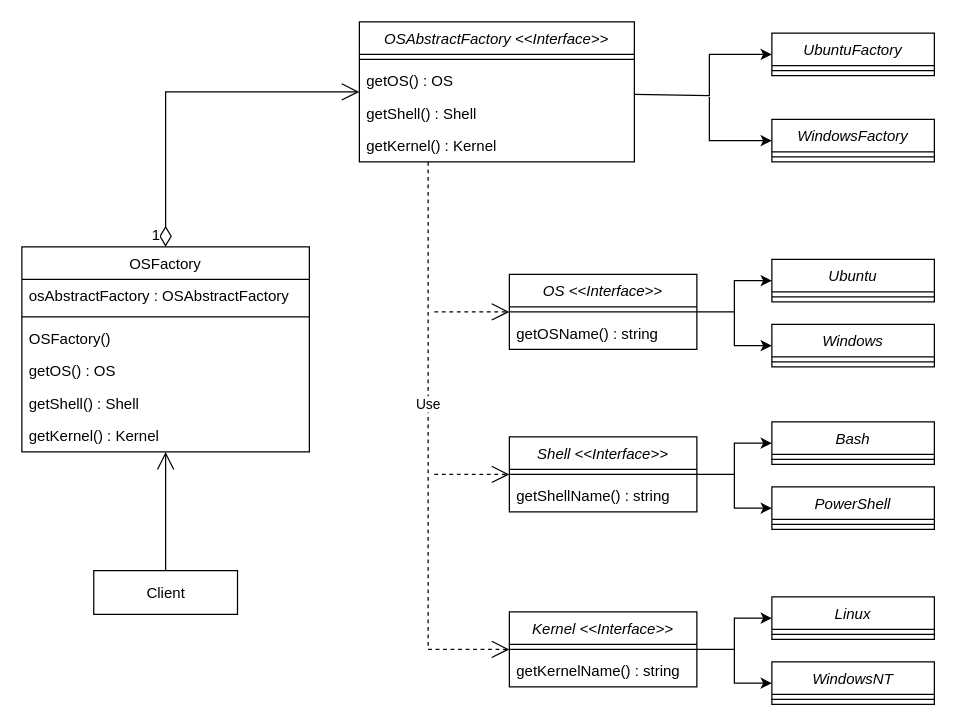
Above: umls/Abstract Factory.drawio in rishabmamgai/LLD (draw.io), before the change. Source tidied: cells renumbered, new cells numbered last; positions are measured from the earlier drawing's top-left corner, leaving out a move shared by most shapes. Both pictures are drawn from the tidied source at 125%, with x=0, y=0 at pixel (21, 21).
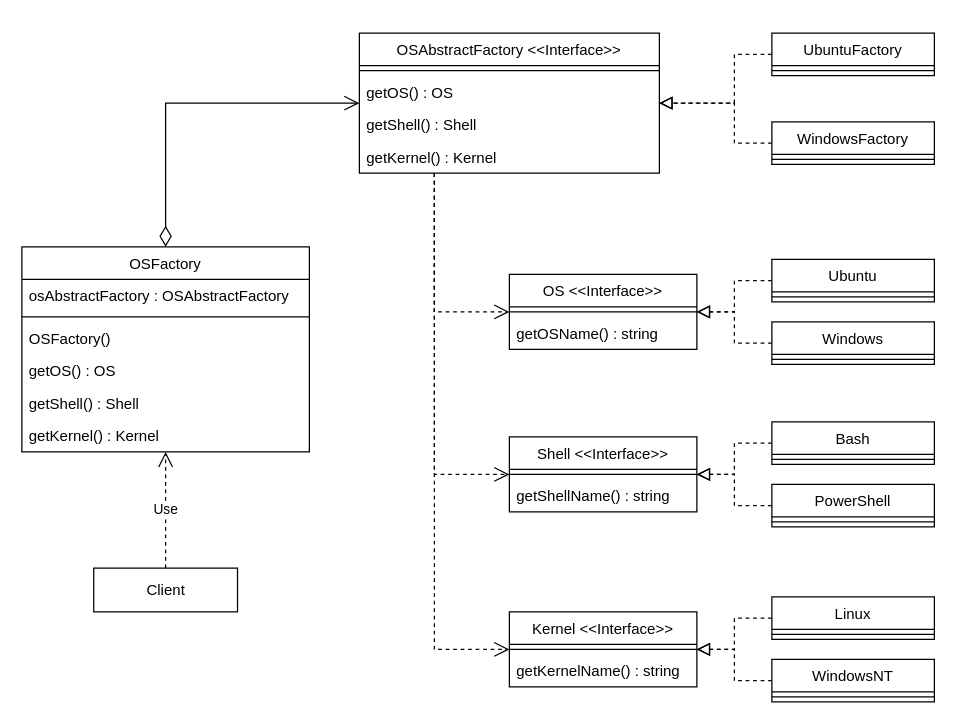
After the change.

Unchanged cells that the change refers to:
```xml
<mxCell id="7" value="OSFactory" style="swimlane;fontStyle=0;align=center;verticalAlign=top;horizontal=1;startSize=26;rounded=0;shadow=0;strokeWidth=1;" parent="1" vertex="1">
  <mxGeometry y="180" width="230" height="164" as="geometry" />
</mxCell>
```

Diff of the diagram source:
```diff
@@
-    <mxCell id="2" value="OSAbstractFactory &lt;&lt;Interface&gt;&gt;" style="swimlane;fontStyle=2;align=center;verticalAlign=top;horizontal=1;startSize=26;rounded=0;shadow=0;strokeWidth=1;" parent="1" vertex="1">
-      <mxGeometry x="270" width="220" height="112" as="geometry" />
+    <mxCell id="2" value="OSAbstractFactory &lt;&lt;Interface&gt;&gt;" style="swimlane;fontStyle=0;align=center;verticalAlign=top;horizontal=1;startSize=26;rounded=0;shadow=0;strokeWidth=1;" parent="1" vertex="1">
+      <mxGeometry x="270" y="9" width="240" height="112" as="geometry" />
     </mxCell>
     <mxCell id="3" style="line;html=1;strokeWidth=1;align=left;verticalAlign=middle;spacingTop=-1;spacingLeft=3;spacingRight=3;labelPosition=right;" parent="2" vertex="1">
-      <mxGeometry y="26" width="220" height="8" as="geometry" />
+      <mxGeometry y="26" width="240" height="8" as="geometry" />
     </mxCell>
     <mxCell id="4" value="getOS() : OS" style="text;align=left;verticalAlign=top;spacingLeft=4;spacingRight=4;overflow=hidden;points=[[0,0.5],[1,0.5]];portConstraint=eastwest;" parent="2" vertex="1">
-      <mxGeometry y="34" width="220" height="26" as="geometry" />
+      <mxGeometry y="34" width="240" height="26" as="geometry" />
     </mxCell>
     <mxCell id="5" value="getShell() : Shell" style="text;align=left;verticalAlign=top;spacingLeft=4;spacingRight=4;overflow=hidden;" parent="2" vertex="1">
-      <mxGeometry y="60" width="220" height="26" as="geometry" />
+      <mxGeometry y="60" width="240" height="26" as="geometry" />
     </mxCell>
     <mxCell id="6" value="getKernel() : Kernel" style="text;align=left;verticalAlign=top;spacingLeft=4;spacingRight=4;overflow=hidden;" parent="2" vertex="1">
-      <mxGeometry y="86" width="220" height="26" as="geometry" />
+      <mxGeometry y="86" width="240" height="26" as="geometry" />
     </mxCell>
@@
-    <mxCell id="14" value="UbuntuFactory" style="swimlane;fontStyle=2;align=center;verticalAlign=top;horizontal=1;startSize=26;rounded=0;shadow=0;strokeWidth=1;" parent="1" vertex="1">
+    <mxCell id="14" value="UbuntuFactory" style="swimlane;fontStyle=0;align=center;verticalAlign=top;horizontal=1;startSize=26;rounded=0;shadow=0;strokeWidth=1;" parent="1" vertex="1">
       <mxGeometry x="600" y="9" width="130" height="34" as="geometry" />
     </mxCell>
@@
-    <mxCell id="16" value="WindowsFactory" style="swimlane;fontStyle=2;align=center;verticalAlign=top;horizontal=1;startSize=26;rounded=0;shadow=0;strokeWidth=1;" parent="1" vertex="1">
-      <mxGeometry x="600" y="78" width="130" height="34" as="geometry" />
+    <mxCell id="16" value="WindowsFactory" style="swimlane;fontStyle=0;align=center;verticalAlign=top;horizontal=1;startSize=26;rounded=0;shadow=0;strokeWidth=1;" parent="1" vertex="1">
+      <mxGeometry x="600" y="80" width="130" height="34" as="geometry" />
     </mxCell>
@@
-    <mxCell id="18" style="endArrow=classic;html=1;rounded=0;entryX=0;entryY=0.5;entryDx=0;entryDy=0;exitX=1;exitY=0.923;exitDx=0;exitDy=0;exitPerimeter=0;" parent="1" edge="1" source="4" target="14">
-      <mxGeometry relative="1" as="geometry">
-        <Array as="points">
-          <mxPoint x="550" y="59" />
-          <mxPoint x="550" y="26" />
-        </Array>
-      </mxGeometry>
-    </mxCell>
-    <mxCell id="19" style="endArrow=classic;html=1;rounded=0;entryX=0;entryY=0.5;entryDx=0;entryDy=0;" parent="1" edge="1" target="16">
-      <mxGeometry relative="1" as="geometry">
-        <mxPoint x="550" y="60" as="sourcePoint" />
-        <Array as="points">
-          <mxPoint x="550" y="95" />
-        </Array>
-      </mxGeometry>
-    </mxCell>
-    <mxCell id="20" value="Shell &lt;&lt;Interface&gt;&gt;" style="swimlane;fontStyle=2;align=center;verticalAlign=top;horizontal=1;startSize=26;rounded=0;shadow=0;strokeWidth=1;" parent="1" vertex="1">
+    <mxCell id="20" value="Shell &lt;&lt;Interface&gt;&gt;" style="swimlane;fontStyle=0;align=center;verticalAlign=top;horizontal=1;startSize=26;rounded=0;shadow=0;strokeWidth=1;" parent="1" vertex="1">
       <mxGeometry x="390" y="332" width="150" height="60" as="geometry" />
     </mxCell>
@@
-    <mxCell id="23" value="Bash" style="swimlane;fontStyle=2;align=center;verticalAlign=top;horizontal=1;startSize=26;rounded=0;shadow=0;strokeWidth=1;" parent="1" vertex="1">
+    <mxCell id="23" value="Bash" style="swimlane;fontStyle=0;align=center;verticalAlign=top;horizontal=1;startSize=26;rounded=0;shadow=0;strokeWidth=1;" parent="1" vertex="1">
       <mxGeometry x="600" y="320" width="130" height="34" as="geometry" />
     </mxCell>
@@
-    <mxCell id="25" value="PowerShell" style="swimlane;fontStyle=2;align=center;verticalAlign=top;horizontal=1;startSize=26;rounded=0;shadow=0;strokeWidth=1;" parent="1" vertex="1">
-      <mxGeometry x="600" y="372" width="130" height="34" as="geometry" />
+    <mxCell id="25" value="PowerShell" style="swimlane;fontStyle=0;align=center;verticalAlign=top;horizontal=1;startSize=26;rounded=0;shadow=0;strokeWidth=1;" parent="1" vertex="1">
+      <mxGeometry x="600" y="370" width="130" height="34" as="geometry" />
     </mxCell>
@@
-    <mxCell id="27" style="endArrow=classic;html=1;rounded=0;entryX=0;entryY=0.5;entryDx=0;entryDy=0;exitX=1;exitY=0.5;exitDx=0;exitDy=0;" parent="1" edge="1" source="20" target="23">
-      <mxGeometry relative="1" as="geometry">
-        <Array as="points">
-          <mxPoint x="570" y="362" />
-          <mxPoint x="570" y="337" />
-        </Array>
-      </mxGeometry>
-    </mxCell>
-    <mxCell id="28" style="endArrow=classic;html=1;rounded=0;entryX=0;entryY=0.5;entryDx=0;entryDy=0;" parent="1" edge="1" target="25">
-      <mxGeometry relative="1" as="geometry">
-        <mxPoint x="570" y="362" as="sourcePoint" />
-        <Array as="points">
-          <mxPoint x="570" y="389" />
-        </Array>
-      </mxGeometry>
-    </mxCell>
-    <mxCell id="29" value="Use" style="endArrow=open;endSize=12;dashed=1;html=1;rounded=0;exitX=0.25;exitY=1;exitDx=0;exitDy=0;entryX=0;entryY=0.5;entryDx=0;entryDy=0;" parent="1" edge="1" source="2" target="35">
-      <mxGeometry x="-0.15" relative="1" as="geometry">
-        <Array as="points">
-          <mxPoint x="325" y="502" />
-        </Array>
-        <mxPoint y="1" as="offset" />
-      </mxGeometry>
-    </mxCell>
-    <mxCell id="30" style="endArrow=open;dashed=1;html=1;rounded=0;endFill=0;endSize=12;entryX=0;entryY=0.5;entryDx=0;entryDy=0;" parent="1" edge="1" target="44">
-      <mxGeometry relative="1" as="geometry">
-        <mxPoint x="330" y="232" as="sourcePoint" />
-      </mxGeometry>
-    </mxCell>
-    <mxCell id="31" style="endArrow=open;dashed=1;html=1;rounded=0;endFill=0;endSize=12;entryX=0;entryY=0.5;entryDx=0;entryDy=0;" parent="1" edge="1" target="20">
-      <mxGeometry relative="1" as="geometry">
-        <mxPoint x="330" y="362" as="sourcePoint" />
-      </mxGeometry>
-    </mxCell>
-    <mxCell id="32" value="1" style="endArrow=open;html=1;endSize=12;startArrow=diamondThin;startSize=14;startFill=0;edgeStyle=orthogonalEdgeStyle;align=right;verticalAlign=bottom;rounded=0;exitX=0.5;exitY=0;exitDx=0;exitDy=0;entryX=0;entryY=0.5;entryDx=0;entryDy=0;horizontal=1;labelPosition=left;verticalLabelPosition=top;fontSize=12;" parent="1" edge="1" source="7" target="2">
+    <mxCell id="32" style="endArrow=open;html=1;endSize=10;startArrow=diamondThin;startSize=14;startFill=0;edgeStyle=orthogonalEdgeStyle;align=right;verticalAlign=bottom;rounded=0;exitX=0.5;exitY=0;exitDx=0;exitDy=0;entryX=0;entryY=0.5;entryDx=0;entryDy=0;horizontal=1;labelPosition=left;verticalLabelPosition=top;fontSize=12;" parent="1" edge="1" source="7" target="2">
       <mxGeometry x="-1" y="3" relative="1" as="geometry" />
     </mxCell>
     <mxCell id="33" value="Client" style="rounded=0;whiteSpace=wrap;html=1;" parent="1" vertex="1">
-      <mxGeometry x="57.5" y="439" width="115" height="35" as="geometry" />
+      <mxGeometry x="57.5" y="437" width="115" height="35" as="geometry" />
     </mxCell>
-    <mxCell id="34" style="endArrow=open;html=1;rounded=0;exitX=0.5;exitY=0;exitDx=0;exitDy=0;entryX=0.5;entryY=1;entryDx=0;entryDy=0;endFill=0;endSize=12;" parent="1" edge="1" source="33" target="7">
-      <mxGeometry relative="1" as="geometry" />
-    </mxCell>
-    <mxCell id="35" value="Kernel &lt;&lt;Interface&gt;&gt;" style="swimlane;fontStyle=2;align=center;verticalAlign=top;horizontal=1;startSize=26;rounded=0;shadow=0;strokeWidth=1;" parent="1" vertex="1">
+    <mxCell id="35" value="Kernel &lt;&lt;Interface&gt;&gt;" style="swimlane;fontStyle=0;align=center;verticalAlign=top;horizontal=1;startSize=26;rounded=0;shadow=0;strokeWidth=1;" parent="1" vertex="1">
       <mxGeometry x="390" y="472" width="150" height="60" as="geometry" />
     </mxCell>
@@
-    <mxCell id="38" value="Linux" style="swimlane;fontStyle=2;align=center;verticalAlign=top;horizontal=1;startSize=26;rounded=0;shadow=0;strokeWidth=1;" parent="1" vertex="1">
+    <mxCell id="38" value="Linux" style="swimlane;fontStyle=0;align=center;verticalAlign=top;horizontal=1;startSize=26;rounded=0;shadow=0;strokeWidth=1;" parent="1" vertex="1">
       <mxGeometry x="600" y="460" width="130" height="34" as="geometry" />
     </mxCell>
@@
-    <mxCell id="40" value="WindowsNT" style="swimlane;fontStyle=2;align=center;verticalAlign=top;horizontal=1;startSize=26;rounded=0;shadow=0;strokeWidth=1;" parent="1" vertex="1">
-      <mxGeometry x="600" y="512" width="130" height="34" as="geometry" />
+    <mxCell id="40" value="WindowsNT" style="swimlane;fontStyle=0;align=center;verticalAlign=top;horizontal=1;startSize=26;rounded=0;shadow=0;strokeWidth=1;" parent="1" vertex="1">
+      <mxGeometry x="600" y="510" width="130" height="34" as="geometry" />
     </mxCell>
@@
-    <mxCell id="42" style="endArrow=classic;html=1;rounded=0;entryX=0;entryY=0.5;entryDx=0;entryDy=0;exitX=1;exitY=0.5;exitDx=0;exitDy=0;" parent="1" edge="1" source="35" target="38">
-      <mxGeometry relative="1" as="geometry">
-        <Array as="points">
-          <mxPoint x="570" y="502" />
-          <mxPoint x="570" y="477" />
-        </Array>
-      </mxGeometry>
-    </mxCell>
-    <mxCell id="43" style="endArrow=classic;html=1;rounded=0;entryX=0;entryY=0.5;entryDx=0;entryDy=0;" parent="1" edge="1" target="40">
-      <mxGeometry relative="1" as="geometry">
-        <mxPoint x="570" y="502" as="sourcePoint" />
-        <Array as="points">
-          <mxPoint x="570" y="529" />
-        </Array>
-      </mxGeometry>
-    </mxCell>
-    <mxCell id="44" value="OS &lt;&lt;Interface&gt;&gt;" style="swimlane;fontStyle=2;align=center;verticalAlign=top;horizontal=1;startSize=26;rounded=0;shadow=0;strokeWidth=1;" parent="1" vertex="1">
+    <mxCell id="44" value="OS &lt;&lt;Interface&gt;&gt;" style="swimlane;fontStyle=0;align=center;verticalAlign=top;horizontal=1;startSize=26;rounded=0;shadow=0;strokeWidth=1;" parent="1" vertex="1">
       <mxGeometry x="390" y="202" width="150" height="60" as="geometry" />
     </mxCell>
@@
-    <mxCell id="47" value="Ubuntu" style="swimlane;fontStyle=2;align=center;verticalAlign=top;horizontal=1;startSize=26;rounded=0;shadow=0;strokeWidth=1;" parent="1" vertex="1">
+    <mxCell id="47" value="Ubuntu" style="swimlane;fontStyle=0;align=center;verticalAlign=top;horizontal=1;startSize=26;rounded=0;shadow=0;strokeWidth=1;" parent="1" vertex="1">
       <mxGeometry x="600" y="190" width="130" height="34" as="geometry" />
     </mxCell>
@@
-    <mxCell id="49" value="Windows" style="swimlane;fontStyle=2;align=center;verticalAlign=top;horizontal=1;startSize=26;rounded=0;shadow=0;strokeWidth=1;" parent="1" vertex="1">
-      <mxGeometry x="600" y="242" width="130" height="34" as="geometry" />
+    <mxCell id="49" value="Windows" style="swimlane;fontStyle=0;align=center;verticalAlign=top;horizontal=1;startSize=26;rounded=0;shadow=0;strokeWidth=1;" parent="1" vertex="1">
+      <mxGeometry x="600" y="240" width="130" height="34" as="geometry" />
     </mxCell>
@@
-    <mxCell id="51" style="endArrow=classic;html=1;rounded=0;entryX=0;entryY=0.5;entryDx=0;entryDy=0;exitX=1;exitY=0.5;exitDx=0;exitDy=0;" parent="1" edge="1" source="44" target="47">
-      <mxGeometry relative="1" as="geometry">
-        <Array as="points">
-          <mxPoint x="570" y="232" />
-          <mxPoint x="570" y="207" />
-        </Array>
-      </mxGeometry>
-    </mxCell>
-    <mxCell id="52" style="endArrow=classic;html=1;rounded=0;entryX=0;entryY=0.5;entryDx=0;entryDy=0;" parent="1" edge="1" target="49">
-      <mxGeometry relative="1" as="geometry">
-        <mxPoint x="570" y="232" as="sourcePoint" />
-        <Array as="points">
-          <mxPoint x="570" y="259" />
-        </Array>
-      </mxGeometry>
-    </mxCell>
+    <mxCell id="53" style="endArrow=block;html=1;rounded=0;dashed=1;endSize=8;endFill=0;exitX=0;exitY=0.5;exitDx=0;exitDy=0;entryX=1;entryY=0.5;entryDx=0;entryDy=0;" parent="1" edge="1" source="14" target="2">
+      <mxGeometry relative="1" as="geometry">
+        <Array as="points">
+          <mxPoint x="570" y="26" />
+          <mxPoint x="570" y="65" />
+        </Array>
+      </mxGeometry>
+    </mxCell>
+    <mxCell id="54" style="endArrow=block;html=1;rounded=0;dashed=1;endSize=8;endFill=0;exitX=0;exitY=0.5;exitDx=0;exitDy=0;entryX=1;entryY=0.5;entryDx=0;entryDy=0;" parent="1" edge="1" source="47" target="44">
+      <mxGeometry relative="1" as="geometry">
+        <Array as="points">
+          <mxPoint x="570" y="207" />
+          <mxPoint x="570" y="232" />
+        </Array>
+      </mxGeometry>
+    </mxCell>
+    <mxCell id="55" style="endArrow=block;html=1;rounded=0;dashed=1;endSize=8;endFill=0;exitX=0;exitY=0.5;exitDx=0;exitDy=0;entryX=1;entryY=0.5;entryDx=0;entryDy=0;" parent="1" edge="1" source="49" target="44">
+      <mxGeometry relative="1" as="geometry">
+        <Array as="points">
+          <mxPoint x="570" y="257" />
+          <mxPoint x="570" y="232" />
+        </Array>
+      </mxGeometry>
+    </mxCell>
+    <mxCell id="56" style="endArrow=block;html=1;rounded=0;dashed=1;endSize=8;endFill=0;exitX=0;exitY=0.5;exitDx=0;exitDy=0;entryX=1;entryY=0.5;entryDx=0;entryDy=0;" parent="1" edge="1" source="23" target="20">
+      <mxGeometry relative="1" as="geometry">
+        <Array as="points">
+          <mxPoint x="570" y="337" />
+          <mxPoint x="570" y="362" />
+        </Array>
+      </mxGeometry>
+    </mxCell>
+    <mxCell id="57" style="endArrow=block;html=1;rounded=0;dashed=1;endSize=8;endFill=0;exitX=0;exitY=0.5;exitDx=0;exitDy=0;entryX=1;entryY=0.5;entryDx=0;entryDy=0;" parent="1" edge="1" source="25" target="20">
+      <mxGeometry relative="1" as="geometry">
+        <Array as="points">
+          <mxPoint x="570" y="387" />
+          <mxPoint x="570" y="362" />
+        </Array>
+      </mxGeometry>
+    </mxCell>
+    <mxCell id="58" style="endArrow=block;html=1;rounded=0;dashed=1;endSize=8;endFill=0;exitX=0;exitY=0.5;exitDx=0;exitDy=0;entryX=1;entryY=0.5;entryDx=0;entryDy=0;" parent="1" edge="1" source="38" target="35">
+      <mxGeometry relative="1" as="geometry">
+        <Array as="points">
+          <mxPoint x="570" y="477" />
+          <mxPoint x="570" y="502" />
+        </Array>
+      </mxGeometry>
+    </mxCell>
+    <mxCell id="59" style="endArrow=block;html=1;rounded=0;dashed=1;endSize=8;endFill=0;exitX=0;exitY=0.5;exitDx=0;exitDy=0;entryX=1;entryY=0.5;entryDx=0;entryDy=0;" parent="1" edge="1" source="40" target="35">
+      <mxGeometry relative="1" as="geometry">
+        <Array as="points">
+          <mxPoint x="570" y="527" />
+          <mxPoint x="570" y="502" />
+        </Array>
+      </mxGeometry>
+    </mxCell>
+    <mxCell id="60" style="endArrow=block;html=1;rounded=0;dashed=1;endSize=8;endFill=0;exitX=0;exitY=0.5;exitDx=0;exitDy=0;entryX=1;entryY=0.5;entryDx=0;entryDy=0;" parent="1" edge="1" source="16" target="2">
+      <mxGeometry relative="1" as="geometry">
+        <Array as="points">
+          <mxPoint x="570" y="97" />
+          <mxPoint x="570" y="65" />
+        </Array>
+      </mxGeometry>
+    </mxCell>
+    <mxCell id="61" style="endArrow=open;html=1;rounded=0;dashed=1;endSize=10;endFill=0;exitX=0.25;exitY=1;exitDx=0;exitDy=0;entryX=0;entryY=0.5;entryDx=0;entryDy=0;" parent="1" edge="1" source="2" target="35">
+      <mxGeometry relative="1" as="geometry">
+        <Array as="points">
+          <mxPoint x="330" y="502" />
+        </Array>
+      </mxGeometry>
+    </mxCell>
+    <mxCell id="62" style="endArrow=open;html=1;rounded=0;dashed=1;endSize=10;endFill=0;exitX=0.25;exitY=1;exitDx=0;exitDy=0;entryX=0;entryY=0.5;entryDx=0;entryDy=0;" parent="1" edge="1" source="2" target="20">
+      <mxGeometry relative="1" as="geometry">
+        <Array as="points">
+          <mxPoint x="330" y="362" />
+        </Array>
+      </mxGeometry>
+    </mxCell>
+    <mxCell id="63" style="endArrow=open;html=1;rounded=0;dashed=1;endSize=10;endFill=0;exitX=0.25;exitY=1;exitDx=0;exitDy=0;entryX=0;entryY=0.5;entryDx=0;entryDy=0;" parent="1" edge="1" source="2" target="44">
+      <mxGeometry relative="1" as="geometry">
+        <Array as="points">
+          <mxPoint x="330" y="232" />
+        </Array>
+      </mxGeometry>
+    </mxCell>
+    <mxCell id="29" value="Use" style="endArrow=open;endSize=10;dashed=1;html=1;rounded=0;entryX=0.5;entryY=1;entryDx=0;entryDy=0;exitX=0.5;exitY=0;exitDx=0;exitDy=0;" parent="1" edge="1" source="33" target="7">
+      <mxGeometry relative="1" as="geometry" />
+    </mxCell>
```
